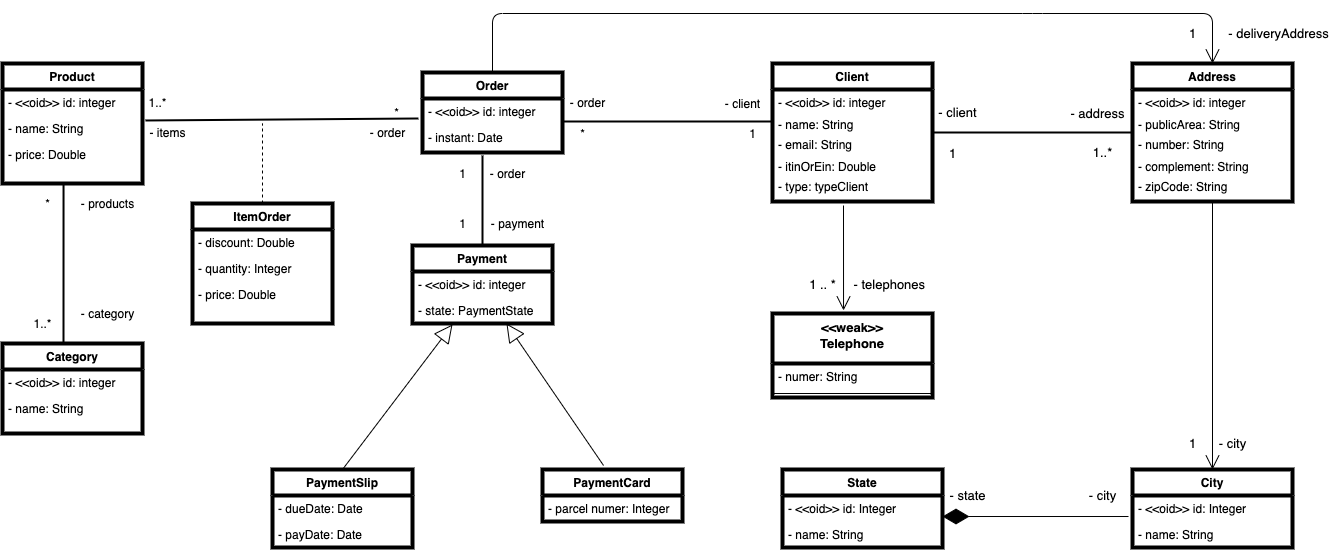
This is class-diagram-2.0.png from Relesi/class-diagram, a draw.io export, as it was before one commit. Source tidied: cells renumbered, new cells last; positions are measured from the earlier drawing's top-left corner, leaving out a move shared by most shapes.
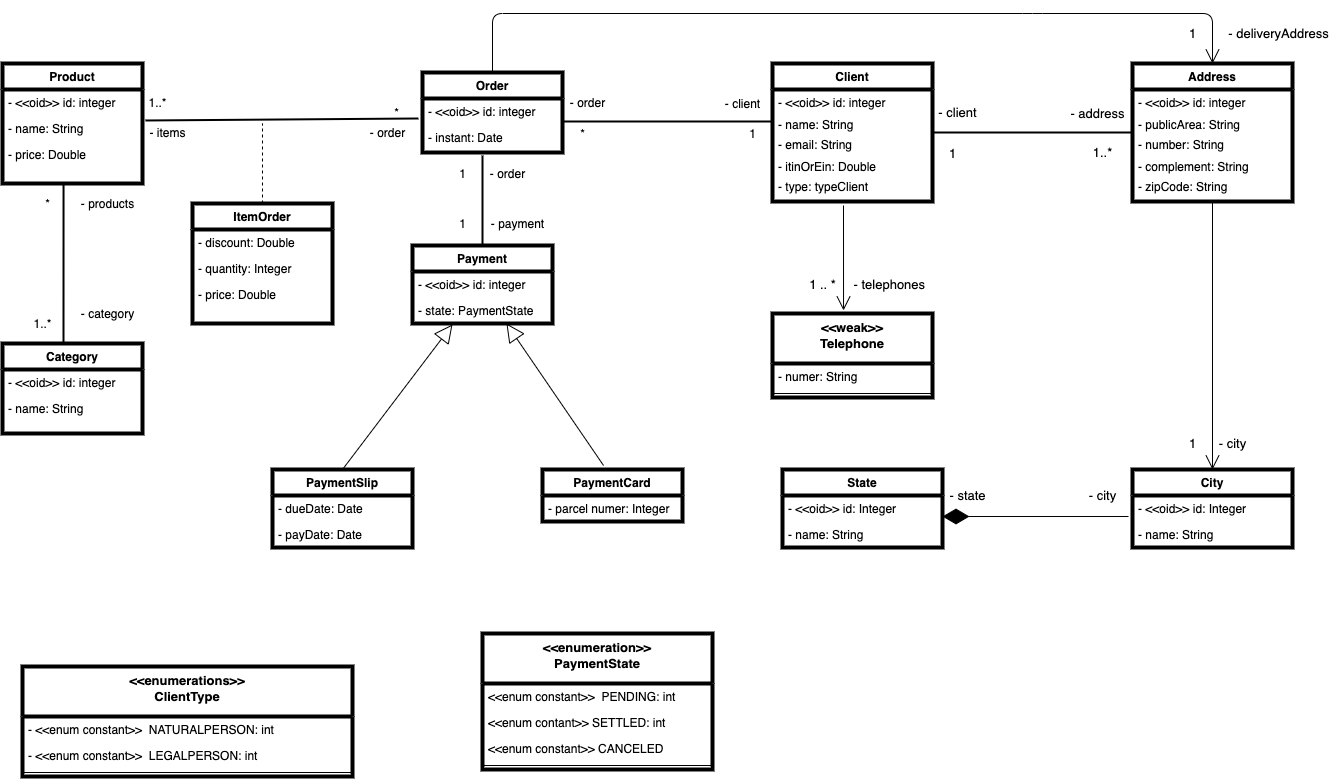
The same diagram one commit later.

Diff of the diagram source:
```diff
@@ -269,5 +269,32 @@
     <mxCell id="84" value="- deliveryAddress" style="text;html=1;align=center;verticalAlign=middle;strokeColor=none;fontSize=13;" parent="1" vertex="1">
       <mxGeometry x="1216" y="10" width="120" height="20" as="geometry" />
     </mxCell>
+    <mxCell id="85" value="&lt;&lt;enumeration&gt;&gt;&#10;PaymentState" style="swimlane;fontStyle=1;align=center;verticalAlign=top;horizontal=1;startSize=50;rounded=0;shadow=0;glass=0;sketch=0;fontSize=13;strokeWidth=4;" parent="1" vertex="1">
+      <mxGeometry x="480" y="620" width="230" height="136" as="geometry" />
+    </mxCell>
+    <mxCell id="86" value="&lt;&lt;enum constant&gt;&gt;  PENDING: int" style="text;strokeColor=none;fillColor=none;align=left;verticalAlign=top;spacingLeft=4;spacingRight=4;overflow=hidden;" parent="85" vertex="1">
+      <mxGeometry y="50" width="230" height="26" as="geometry" />
+    </mxCell>
+    <mxCell id="87" value="&lt;&lt;enum contant&gt;&gt; SETTLED: int&#10;&#10;&#10;&#10; " style="text;strokeColor=none;fillColor=none;align=left;verticalAlign=top;spacingLeft=4;spacingRight=4;overflow=hidden;" parent="85" vertex="1">
+      <mxGeometry y="76" width="230" height="26" as="geometry" />
+    </mxCell>
+    <mxCell id="88" value="&lt;&lt;enum constant&gt;&gt; CANCELED" style="text;strokeColor=none;fillColor=none;align=left;verticalAlign=top;spacingLeft=4;spacingRight=4;overflow=hidden;" parent="85" vertex="1">
+      <mxGeometry y="102" width="230" height="26" as="geometry" />
+    </mxCell>
+    <mxCell id="89" style="line;strokeWidth=1;fillColor=none;align=left;verticalAlign=middle;spacingTop=-1;spacingLeft=3;spacingRight=3;labelPosition=right;" parent="85" vertex="1">
+      <mxGeometry y="128" width="230" height="8" as="geometry" />
+    </mxCell>
+    <mxCell id="90" value="&lt;&lt;enumerations&gt;&gt;&#10;ClientType" style="swimlane;fontStyle=1;align=center;verticalAlign=top;horizontal=1;startSize=50;rounded=0;shadow=0;glass=0;sketch=0;fontSize=13;strokeWidth=4;" parent="1" vertex="1">
+      <mxGeometry x="20" y="653" width="330" height="110" as="geometry" />
+    </mxCell>
+    <mxCell id="91" value="- &lt;&lt;enum constant&gt;&gt;  NATURALPERSON: int" style="text;strokeColor=none;fillColor=none;align=left;verticalAlign=top;spacingLeft=4;spacingRight=4;overflow=hidden;" parent="90" vertex="1">
+      <mxGeometry y="50" width="330" height="26" as="geometry" />
+    </mxCell>
+    <mxCell id="92" value="- &lt;&lt;enum constant&gt;&gt;  LEGALPERSON: int" style="text;strokeColor=none;fillColor=none;align=left;verticalAlign=top;spacingLeft=4;spacingRight=4;overflow=hidden;" parent="90" vertex="1">
+      <mxGeometry y="76" width="330" height="26" as="geometry" />
+    </mxCell>
+    <mxCell id="93" style="line;strokeWidth=1;fillColor=none;align=left;verticalAlign=middle;spacingTop=-1;spacingLeft=3;spacingRight=3;labelPosition=right;" parent="90" vertex="1">
+      <mxGeometry y="102" width="330" height="8" as="geometry" />
+    </mxCell>
   </root>
 </mxGraphModel>
```
